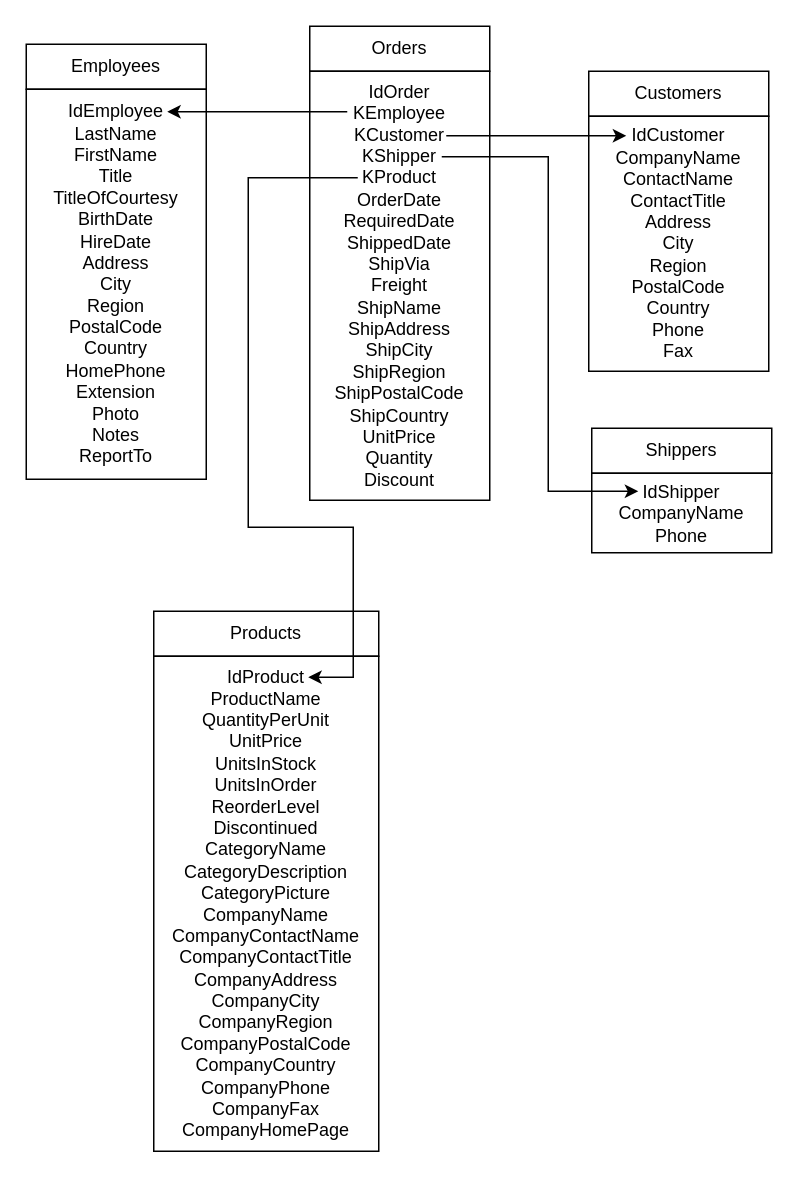
AlessandroNTT/myRepo keeps this draw.io diagram as Diagramma senza titolo.drawio. Above is the earlier version. Source tidied: cells renumbered, new cells numbered last; positions are measured from the earlier drawing's top-left corner, leaving out a move shared by most shapes. Both pictures are drawn from the tidied source at 150%, with x=0, y=0 at pixel (26, 26).
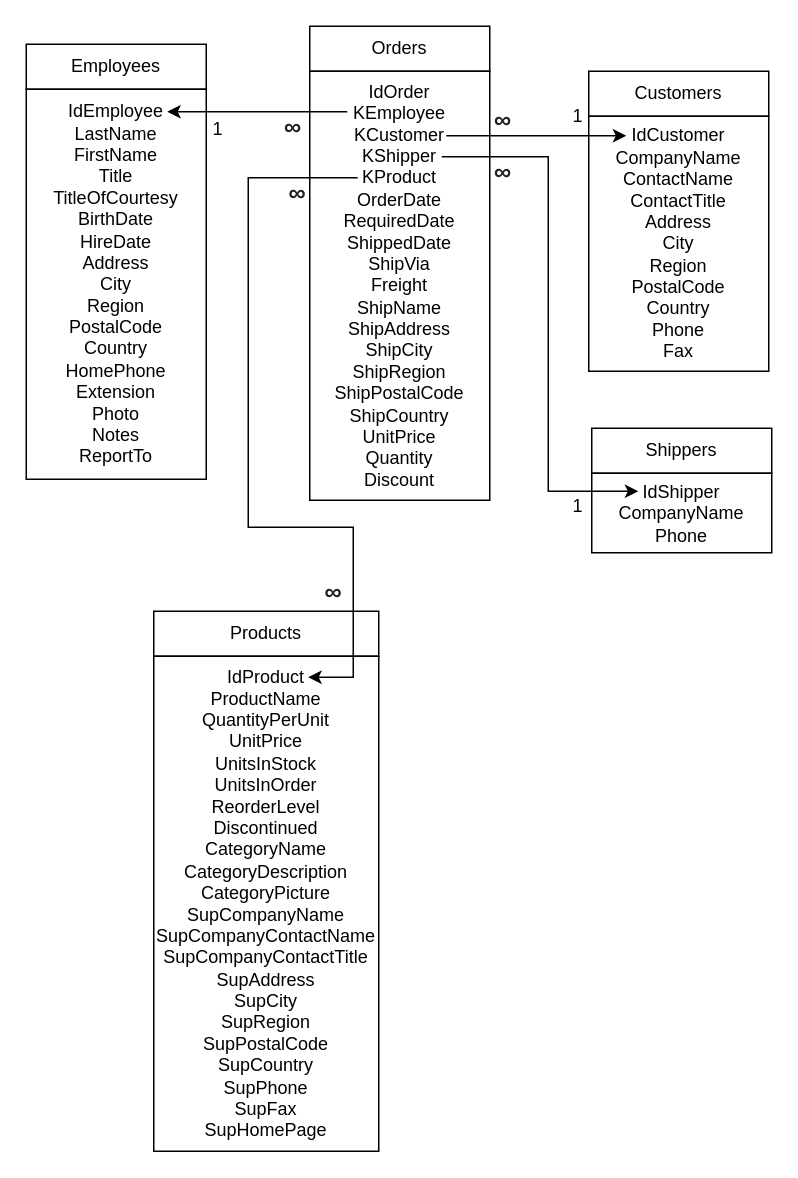
The same diagram, later.

Change to the diagram source:
```diff
@@
-    <mxCell id="14" value="IdProduct&lt;br&gt;ProductName&lt;br&gt;QuantityPerUnit&lt;br&gt;UnitPrice&lt;br&gt;UnitsInStock&lt;br&gt;UnitsInOrder&lt;br&gt;ReorderLevel&lt;br&gt;Discontinued&lt;br&gt;CategoryName&lt;br&gt;CategoryDescription&lt;br&gt;CategoryPicture&lt;br&gt;CompanyName&lt;br&gt;CompanyContactName&lt;br&gt;CompanyContactTitle&lt;br&gt;CompanyAddress&lt;br&gt;CompanyCity&lt;br&gt;CompanyRegion&lt;br&gt;CompanyPostalCode&lt;br&gt;CompanyCountry&lt;br&gt;CompanyPhone&lt;br&gt;CompanyFax&lt;br&gt;CompanyHomePage" style="rounded=0;whiteSpace=wrap;html=1;" parent="1" vertex="1">
+    <mxCell id="14" value="IdProduct&lt;br&gt;ProductName&lt;br&gt;QuantityPerUnit&lt;br&gt;UnitPrice&lt;br&gt;UnitsInStock&lt;br&gt;UnitsInOrder&lt;br&gt;ReorderLevel&lt;br&gt;Discontinued&lt;br&gt;CategoryName&lt;br&gt;CategoryDescription&lt;br&gt;CategoryPicture&lt;br&gt;SupCompanyName&lt;br&gt;SupCompanyContactName&lt;br&gt;SupCompanyContactTitle&lt;br&gt;SupAddress&lt;br&gt;SupCity&lt;br&gt;SupRegion&lt;br&gt;SupPostalCode&lt;br&gt;SupCountry&lt;br&gt;SupPhone&lt;br&gt;SupFax&lt;br&gt;SupHomePage" style="rounded=0;whiteSpace=wrap;html=1;" parent="1" vertex="1">
       <mxGeometry x="85" y="420" width="150" height="330" as="geometry" />
     </mxCell>
@@
+    <mxCell id="16" value="&#10;&lt;b style=&quot;color: rgb(32, 33, 36); font-family: arial, sans-serif; font-size: 16px; font-style: normal; font-variant-ligatures: normal; font-variant-caps: normal; letter-spacing: normal; orphans: 2; text-align: left; text-indent: 0px; text-transform: none; widows: 2; word-spacing: 0px; -webkit-text-stroke-width: 0px; background-color: rgb(255, 255, 255); text-decoration-thickness: initial; text-decoration-style: initial; text-decoration-color: initial;&quot;&gt;∞&lt;/b&gt;&#10;&#10;" style="text;html=1;strokeColor=none;fillColor=none;align=center;verticalAlign=middle;whiteSpace=wrap;rounded=0;" parent="1" vertex="1">
+      <mxGeometry x="148" y="59" width="60" height="30" as="geometry" />
+    </mxCell>
+    <mxCell id="17" value="&#10;&lt;b style=&quot;color: rgb(32, 33, 36); font-family: arial, sans-serif; font-size: 16px; font-style: normal; font-variant-ligatures: normal; font-variant-caps: normal; letter-spacing: normal; orphans: 2; text-align: left; text-indent: 0px; text-transform: none; widows: 2; word-spacing: 0px; -webkit-text-stroke-width: 0px; background-color: rgb(255, 255, 255); text-decoration-thickness: initial; text-decoration-style: initial; text-decoration-color: initial;&quot;&gt;∞&lt;/b&gt;&#10;&#10;" style="text;html=1;strokeColor=none;fillColor=none;align=center;verticalAlign=middle;whiteSpace=wrap;rounded=0;" parent="1" vertex="1">
+      <mxGeometry x="288" y="54" width="60" height="30" as="geometry" />
+    </mxCell>
+    <mxCell id="18" value="1" style="text;html=1;strokeColor=none;fillColor=none;align=center;verticalAlign=middle;whiteSpace=wrap;rounded=0;" parent="1" vertex="1">
+      <mxGeometry x="338" y="45" width="60" height="30" as="geometry" />
+    </mxCell>
+    <mxCell id="19" value="1" style="text;html=1;strokeColor=none;fillColor=none;align=center;verticalAlign=middle;whiteSpace=wrap;rounded=0;" parent="1" vertex="1">
+      <mxGeometry x="98" y="54" width="60" height="30" as="geometry" />
+    </mxCell>
+    <mxCell id="20" value="&#10;&lt;b style=&quot;color: rgb(32, 33, 36); font-family: arial, sans-serif; font-size: 16px; font-style: normal; font-variant-ligatures: normal; font-variant-caps: normal; letter-spacing: normal; orphans: 2; text-align: left; text-indent: 0px; text-transform: none; widows: 2; word-spacing: 0px; -webkit-text-stroke-width: 0px; background-color: rgb(255, 255, 255); text-decoration-thickness: initial; text-decoration-style: initial; text-decoration-color: initial;&quot;&gt;∞&lt;/b&gt;&#10;&#10;" style="text;html=1;strokeColor=none;fillColor=none;align=center;verticalAlign=middle;whiteSpace=wrap;rounded=0;" parent="1" vertex="1">
+      <mxGeometry x="288" y="89" width="60" height="30" as="geometry" />
+    </mxCell>
+    <mxCell id="21" value="1" style="text;html=1;strokeColor=none;fillColor=none;align=center;verticalAlign=middle;whiteSpace=wrap;rounded=0;" parent="1" vertex="1">
+      <mxGeometry x="338" y="305" width="60" height="30" as="geometry" />
+    </mxCell>
+    <mxCell id="22" value="&lt;b style=&quot;color: rgb(32, 33, 36); font-family: arial, sans-serif; font-size: 16px; text-align: left; background-color: rgb(255, 255, 255);&quot;&gt;∞&lt;/b&gt;" style="text;html=1;strokeColor=none;fillColor=none;align=center;verticalAlign=middle;whiteSpace=wrap;rounded=0;" parent="1" vertex="1">
+      <mxGeometry x="151" y="96" width="60" height="30" as="geometry" />
+    </mxCell>
+    <mxCell id="23" value="&lt;b style=&quot;color: rgb(32, 33, 36); font-family: arial, sans-serif; font-size: 16px; text-align: left; background-color: rgb(255, 255, 255);&quot;&gt;∞&lt;/b&gt;" style="text;html=1;strokeColor=none;fillColor=none;align=center;verticalAlign=middle;whiteSpace=wrap;rounded=0;" parent="1" vertex="1">
+      <mxGeometry x="175" y="364" width="60" height="26" as="geometry" />
+    </mxCell>
```
